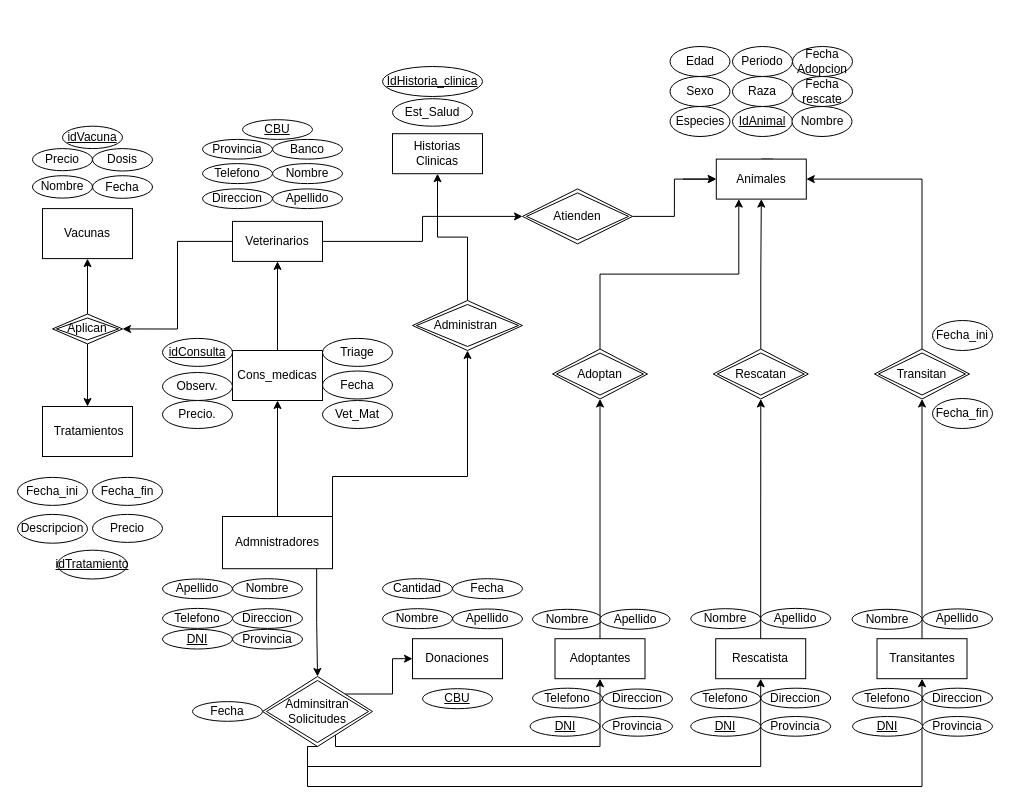
Above: Diagrama sin título.drawio in Dfrugone/ITFS-4 (draw.io), before the change. Source tidied: cells renumbered, new cells numbered last; positions are measured from the earlier drawing's top-left corner, leaving out a move shared by most shapes. Both pictures are drawn from the tidied source at 100%, with x=0, y=0 at pixel (17, 46).
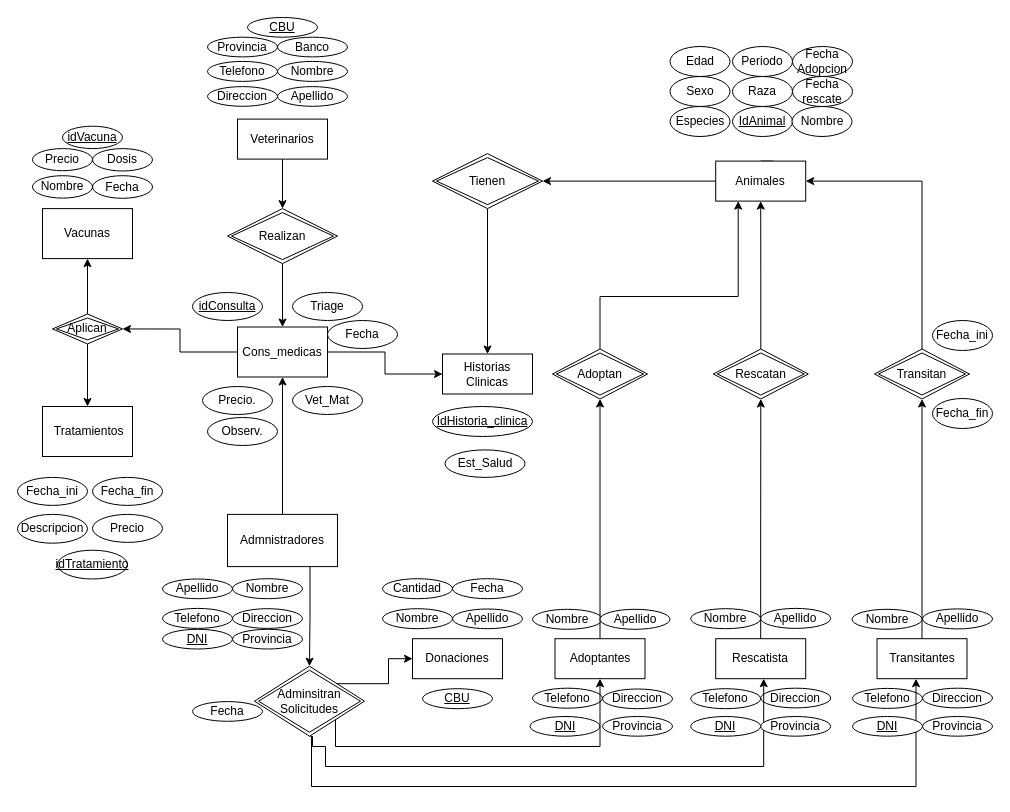
Above is the later version.

Unchanged cells that the change refers to:
```xml
<mxCell id="6" value="Adoptan" style="shape=rhombus;double=1;perimeter=rhombusPerimeter;whiteSpace=wrap;html=1;align=center;" parent="1" vertex="1">
  <mxGeometry x="535" y="302.5" width="95" height="50" as="geometry" />
</mxCell>
<mxCell id="20" value="Aplican" style="shape=rhombus;double=1;perimeter=rhombusPerimeter;whiteSpace=wrap;html=1;align=center;" parent="1" vertex="1">
  <mxGeometry x="35" y="267.5" width="70" height="29.9" as="geometry" />
</mxCell>
<mxCell id="24" value="Rescatista" style="rounded=0;whiteSpace=wrap;html=1;" parent="1" vertex="1">
  <mxGeometry x="698.2" y="592.2" width="90" height="40" as="geometry" />
</mxCell>
<mxCell id="28" value="Transitantes" style="rounded=0;whiteSpace=wrap;html=1;" parent="1" vertex="1">
  <mxGeometry x="859.5" y="592.2" width="90" height="40" as="geometry" />
</mxCell>
```

The edit, as a diff of the source:
```diff
@@
-    <mxCell id="5" style="edgeStyle=orthogonalEdgeStyle;rounded=0;jettySize=auto;html=1;entryX=0;entryY=0.5;entryDx=0;entryDy=0;" parent="1" edge="1" source="58" target="39">
-      <mxGeometry relative="1" as="geometry" />
-    </mxCell>
@@
-    <mxCell id="16" style="edgeStyle=orthogonalEdgeStyle;rounded=0;jettySize=auto;html=1;exitX=1;exitY=0.5;exitDx=0;exitDy=0;entryX=0;entryY=0.5;entryDx=0;entryDy=0;" parent="1" edge="1" source="17" target="58">
-      <mxGeometry relative="1" as="geometry" />
-    </mxCell>
+    <mxCell id="108" style="edgeStyle=orthogonalEdgeStyle;rounded=0;jettySize=auto;html=1;exitX=0.5;exitY=1;exitDx=0;exitDy=0;" parent="1" edge="1" source="17" target="113">
+      <mxGeometry relative="1" as="geometry" />
+    </mxCell>
     <mxCell id="17" value="Veterinarios" style="rounded=0;whiteSpace=wrap;html=1;" parent="1" vertex="1">
-      <mxGeometry x="215" y="174.9" width="90" height="40" as="geometry" />
+      <mxGeometry x="220" y="72.6" width="90" height="40" as="geometry" />
     </mxCell>
@@
-    <mxCell id="21" style="edgeStyle=orthogonalEdgeStyle;rounded=0;jettySize=auto;html=1;exitX=1;exitY=0.5;exitDx=0;exitDy=0;entryX=0;entryY=0.5;entryDx=0;entryDy=0;" parent="1" edge="1" target="39">
-      <mxGeometry relative="1" as="geometry">
-        <mxPoint x="665.5" y="132.6" as="sourcePoint" />
-      </mxGeometry>
-    </mxCell>
@@
+    <mxCell id="36" style="edgeStyle=orthogonalEdgeStyle;rounded=0;jettySize=auto;html=1;exitX=0.5;exitY=0;exitDx=0;exitDy=0;entryX=0.5;entryY=1;entryDx=0;entryDy=0;" parent="1" edge="1" source="37" target="91">
+      <mxGeometry relative="1" as="geometry" />
+    </mxCell>
-    <mxCell id="34" style="edgeStyle=orthogonalEdgeStyle;rounded=0;jettySize=auto;html=1;exitX=0.856;exitY=0.92;exitDx=0;exitDy=0;entryX=0.5;entryY=0;entryDx=0;entryDy=0;exitPerimeter=0;" parent="1" edge="1" source="37" target="47">
+    <mxCell id="34" style="edgeStyle=orthogonalEdgeStyle;rounded=0;jettySize=auto;html=1;exitX=0.75;exitY=1;exitDx=0;exitDy=0;" parent="1" edge="1" source="37" target="47">
       <mxGeometry relative="1" as="geometry" />
     </mxCell>
-    <mxCell id="35" style="edgeStyle=orthogonalEdgeStyle;rounded=0;jettySize=auto;html=1;exitX=1;exitY=0;exitDx=0;exitDy=0;entryX=0.5;entryY=1;entryDx=0;entryDy=0;" parent="1" edge="1" source="37" target="56">
-      <mxGeometry relative="1" as="geometry">
-        <Array as="points">
-          <mxPoint x="315" y="430" />
-          <mxPoint x="450" y="430" />
-        </Array>
-      </mxGeometry>
-    </mxCell>
-    <mxCell id="36" style="edgeStyle=orthogonalEdgeStyle;rounded=0;jettySize=auto;html=1;exitX=0.5;exitY=0;exitDx=0;exitDy=0;entryX=0.5;entryY=1;entryDx=0;entryDy=0;" parent="1" edge="1" source="37" target="91">
-      <mxGeometry relative="1" as="geometry" />
-    </mxCell>
     <mxCell id="37" value="Admnistradores" style="rounded=0;whiteSpace=wrap;html=1;" parent="1" vertex="1">
-      <mxGeometry x="205" y="470" width="110" height="52.2" as="geometry" />
+      <mxGeometry x="210" y="467.9" width="110" height="52.2" as="geometry" />
     </mxCell>
@@
+    <mxCell id="109" style="edgeStyle=orthogonalEdgeStyle;rounded=0;jettySize=auto;html=1;exitX=0;exitY=0.5;exitDx=0;exitDy=0;entryX=1;entryY=0.5;entryDx=0;entryDy=0;" parent="1" edge="1" source="39" target="115">
+      <mxGeometry relative="1" as="geometry" />
+    </mxCell>
     <mxCell id="39" value="Animales" style="rounded=0;whiteSpace=wrap;html=1;" parent="1" vertex="1">
-      <mxGeometry x="698.8" y="112.6" width="90" height="40" as="geometry" />
+      <mxGeometry x="698.2" y="114.6" width="90" height="40" as="geometry" />
     </mxCell>
@@
-    <mxCell id="43" style="edgeStyle=orthogonalEdgeStyle;rounded=0;jettySize=auto;html=1;entryX=0.5;entryY=1;entryDx=0;entryDy=0;exitX=0.5;exitY=1;exitDx=0;exitDy=0;" parent="1" edge="1" source="47" target="24">
+    <mxCell id="43" style="edgeStyle=orthogonalEdgeStyle;rounded=0;orthogonalLoop=1;jettySize=auto;html=1;entryX=0.5;entryY=1;entryDx=0;entryDy=0;exitX=0.5;exitY=1;exitDx=0;exitDy=0;" parent="1" edge="1">
       <mxGeometry relative="1" as="geometry">
+        <mxPoint x="295" y="689.7" as="sourcePoint" />
+        <mxPoint x="746.2" y="632.2" as="targetPoint" />
         <Array as="points">
-          <mxPoint x="290" y="720" />
-          <mxPoint x="743" y="720" />
+          <mxPoint x="308" y="700" />
+          <mxPoint x="308" y="720" />
+          <mxPoint x="746" y="720" />
         </Array>
       </mxGeometry>
     </mxCell>
-    <mxCell id="44" style="edgeStyle=orthogonalEdgeStyle;rounded=0;jettySize=auto;html=1;exitX=0.5;exitY=1;exitDx=0;exitDy=0;entryX=0.5;entryY=1;entryDx=0;entryDy=0;" parent="1" edge="1" source="47" target="28">
+    <mxCell id="44" style="edgeStyle=orthogonalEdgeStyle;rounded=0;jettySize=auto;html=1;exitX=0.5;exitY=1;exitDx=0;exitDy=0;entryX=0.5;entryY=1;entryDx=0;entryDy=0;" parent="1" edge="1" source="47">
       <mxGeometry relative="1" as="geometry">
+        <mxPoint x="898.5" y="632.2" as="targetPoint" />
         <Array as="points">
-          <mxPoint x="290" y="740" />
-          <mxPoint x="904" y="740" />
+          <mxPoint x="294" y="690" />
+          <mxPoint x="294" y="740" />
+          <mxPoint x="899" y="740" />
         </Array>
       </mxGeometry>
     </mxCell>
@@
     <mxCell id="47" value="Adminsitran Solicitudes" style="shape=rhombus;double=1;perimeter=rhombusPerimeter;whiteSpace=wrap;html=1;align=center;" parent="1" vertex="1">
-      <mxGeometry x="245" y="630" width="110" height="70" as="geometry" />
+      <mxGeometry x="237" y="619.7" width="110" height="70" as="geometry" />
     </mxCell>
@@
     <mxCell id="52" value="Historias Clinicas" style="rounded=0;whiteSpace=wrap;html=1;" parent="1" vertex="1">
-      <mxGeometry x="375" y="87.2" width="90" height="40" as="geometry" />
+      <mxGeometry x="425" y="307.5" width="90" height="40" as="geometry" />
     </mxCell>
     <mxCell id="53" value="Est_Salud" style="ellipse;whiteSpace=wrap;html=1;align=center;" parent="1" vertex="1">
-      <mxGeometry x="375" y="52.2" width="80" height="27.5" as="geometry" />
+      <mxGeometry x="427.5" y="403.4" width="80" height="27.5" as="geometry" />
     </mxCell>
     <mxCell id="54" value="IdHistoria_clinica" style="ellipse;whiteSpace=wrap;html=1;align=center;fontStyle=4;" parent="1" vertex="1">
-      <mxGeometry x="365" y="20" width="100" height="30" as="geometry" />
+      <mxGeometry x="415" y="360" width="100" height="30" as="geometry" />
     </mxCell>
-    <mxCell id="55" style="edgeStyle=orthogonalEdgeStyle;rounded=0;jettySize=auto;html=1;exitX=0.5;exitY=0;exitDx=0;exitDy=0;entryX=0.5;entryY=1;entryDx=0;entryDy=0;" parent="1" edge="1" source="56" target="52">
-      <mxGeometry relative="1" as="geometry" />
-    </mxCell>
-    <mxCell id="56" value="Administran " style="shape=rhombus;double=1;perimeter=rhombusPerimeter;whiteSpace=wrap;html=1;align=center;" parent="1" vertex="1">
-      <mxGeometry x="395" y="254" width="110" height="50" as="geometry" />
-    </mxCell>
     <mxCell id="57" style="edgeStyle=orthogonalEdgeStyle;rounded=0;jettySize=auto;html=1;exitX=0.5;exitY=0;exitDx=0;exitDy=0;entryX=0.25;entryY=1;entryDx=0;entryDy=0;" parent="1" edge="1" source="6" target="39">
-      <mxGeometry relative="1" as="geometry" />
+      <mxGeometry relative="1" as="geometry">
+        <Array as="points">
+          <mxPoint x="583" y="250" />
+          <mxPoint x="721" y="250" />
+        </Array>
+      </mxGeometry>
     </mxCell>
-    <mxCell id="58" value="Atienden" style="shape=rhombus;double=1;perimeter=rhombusPerimeter;whiteSpace=wrap;html=1;align=center;" parent="1" vertex="1">
-      <mxGeometry x="505" y="142.4" width="110" height="55" as="geometry" />
-    </mxCell>
@@
     <mxCell id="77" value="Apellido" style="ellipse;whiteSpace=wrap;html=1;align=center;" parent="1" vertex="1">
-      <mxGeometry x="255" y="142.4" width="70" height="19.7" as="geometry" />
+      <mxGeometry x="260" y="40.1" width="70" height="19.7" as="geometry" />
     </mxCell>
     <mxCell id="78" value="Nombre" style="ellipse;whiteSpace=wrap;html=1;align=center;" parent="1" vertex="1">
-      <mxGeometry x="255" y="117.1" width="70" height="20" as="geometry" />
+      <mxGeometry x="260" y="14.9" width="70" height="20" as="geometry" />
     </mxCell>
     <mxCell id="79" value="Telefono" style="ellipse;whiteSpace=wrap;html=1;align=center;" parent="1" vertex="1">
-      <mxGeometry x="185" y="117.1" width="70" height="20" as="geometry" />
+      <mxGeometry x="190" y="14.9" width="70" height="20" as="geometry" />
     </mxCell>
     <mxCell id="80" value="Direccion" style="ellipse;whiteSpace=wrap;html=1;align=center;" parent="1" vertex="1">
-      <mxGeometry x="185" y="142.4" width="70" height="19.7" as="geometry" />
+      <mxGeometry x="190" y="40.1" width="70" height="19.7" as="geometry" />
     </mxCell>
     <mxCell id="81" value="Banco" style="ellipse;whiteSpace=wrap;html=1;align=center;" parent="1" vertex="1">
-      <mxGeometry x="255" y="92.9" width="70" height="19.7" as="geometry" />
+      <mxGeometry x="260" y="-9.3" width="70" height="19.7" as="geometry" />
     </mxCell>
     <mxCell id="82" value="CBU" style="ellipse;whiteSpace=wrap;html=1;align=center;fontStyle=4;" parent="1" vertex="1">
-      <mxGeometry x="225" y="73.2" width="70" height="19.7" as="geometry" />
+      <mxGeometry x="230" y="-29" width="70" height="19.7" as="geometry" />
     </mxCell>
@@
-    <mxCell id="85" style="edgeStyle=orthogonalEdgeStyle;rounded=0;jettySize=auto;html=1;exitX=0;exitY=0.5;exitDx=0;exitDy=0;entryX=1;entryY=0.5;entryDx=0;entryDy=0;" parent="1" edge="1" source="17" target="20">
-      <mxGeometry relative="1" as="geometry" />
-    </mxCell>
@@
-    <mxCell id="90" style="edgeStyle=orthogonalEdgeStyle;rounded=0;jettySize=auto;html=1;exitX=0.5;exitY=0;exitDx=0;exitDy=0;entryX=0.5;entryY=1;entryDx=0;entryDy=0;" parent="1" edge="1" source="91" target="17">
-      <mxGeometry relative="1" as="geometry" />
-    </mxCell>
+    <mxCell id="110" style="edgeStyle=orthogonalEdgeStyle;rounded=0;jettySize=auto;html=1;exitX=1;exitY=0.5;exitDx=0;exitDy=0;entryX=0;entryY=0.5;entryDx=0;entryDy=0;" parent="1" edge="1" source="91" target="52">
+      <mxGeometry relative="1" as="geometry" />
+    </mxCell>
+    <mxCell id="111" style="edgeStyle=orthogonalEdgeStyle;rounded=0;jettySize=auto;html=1;exitX=0;exitY=0.5;exitDx=0;exitDy=0;entryX=1;entryY=0.5;entryDx=0;entryDy=0;" parent="1" edge="1" source="91" target="20">
+      <mxGeometry relative="1" as="geometry" />
+    </mxCell>
     <mxCell id="91" value="Cons_medicas" style="rounded=0;whiteSpace=wrap;html=1;" parent="1" vertex="1">
-      <mxGeometry x="215" y="304" width="90" height="50" as="geometry" />
+      <mxGeometry x="220" y="280.5" width="90" height="50" as="geometry" />
     </mxCell>
     <mxCell id="92" value="idConsulta" style="ellipse;whiteSpace=wrap;html=1;align=center;fontStyle=4;" parent="1" vertex="1">
-      <mxGeometry x="145" y="291.9" width="70" height="28" as="geometry" />
+      <mxGeometry x="175" y="246" width="70" height="28" as="geometry" />
     </mxCell>
     <mxCell id="93" value="Triage" style="ellipse;whiteSpace=wrap;html=1;align=center;" parent="1" vertex="1">
-      <mxGeometry x="305" y="291.9" width="70" height="28" as="geometry" />
+      <mxGeometry x="275" y="246" width="70" height="28" as="geometry" />
     </mxCell>
     <mxCell id="94" value="Observ." style="ellipse;whiteSpace=wrap;html=1;align=center;" parent="1" vertex="1">
-      <mxGeometry x="145" y="326" width="70" height="28" as="geometry" />
+      <mxGeometry x="190" y="371" width="70" height="28" as="geometry" />
     </mxCell>
@@
     <mxCell id="96" value="Fecha" style="ellipse;whiteSpace=wrap;html=1;align=center;" parent="1" vertex="1">
-      <mxGeometry x="305" y="324.5" width="70" height="28" as="geometry" />
+      <mxGeometry x="310" y="274" width="70" height="28" as="geometry" />
     </mxCell>
     <mxCell id="97" value="Precio." style="ellipse;whiteSpace=wrap;html=1;align=center;" parent="1" vertex="1">
-      <mxGeometry x="145" y="354" width="70" height="28" as="geometry" />
+      <mxGeometry x="185" y="340" width="70" height="28" as="geometry" />
     </mxCell>
     <mxCell id="98" value="Vet_Mat" style="ellipse;whiteSpace=wrap;html=1;align=center;" parent="1" vertex="1">
-      <mxGeometry x="305" y="354" width="70" height="28" as="geometry" />
+      <mxGeometry x="275" y="340" width="70" height="28" as="geometry" />
     </mxCell>
@@
     <mxCell id="103" value="Provincia" style="ellipse;whiteSpace=wrap;html=1;align=center;" parent="1" vertex="1">
-      <mxGeometry x="185" y="92.9" width="70" height="19.7" as="geometry" />
+      <mxGeometry x="190" y="-9.3" width="70" height="19.7" as="geometry" />
     </mxCell>
@@
+    <mxCell id="112" style="edgeStyle=orthogonalEdgeStyle;rounded=0;jettySize=auto;html=1;exitX=0.5;exitY=1;exitDx=0;exitDy=0;entryX=0.5;entryY=0;entryDx=0;entryDy=0;" parent="1" edge="1" source="113" target="91">
+      <mxGeometry relative="1" as="geometry" />
+    </mxCell>
+    <mxCell id="113" value="Realizan" style="shape=rhombus;double=1;perimeter=rhombusPerimeter;whiteSpace=wrap;html=1;align=center;" parent="1" vertex="1">
+      <mxGeometry x="210" y="162.1" width="110" height="55" as="geometry" />
+    </mxCell>
+    <mxCell id="114" style="edgeStyle=orthogonalEdgeStyle;rounded=0;jettySize=auto;html=1;exitX=0.5;exitY=1;exitDx=0;exitDy=0;entryX=0.5;entryY=0;entryDx=0;entryDy=0;" parent="1" edge="1" source="115" target="52">
+      <mxGeometry relative="1" as="geometry" />
+    </mxCell>
+    <mxCell id="115" value="Tienen" style="shape=rhombus;double=1;perimeter=rhombusPerimeter;whiteSpace=wrap;html=1;align=center;" parent="1" vertex="1">
+      <mxGeometry x="415" y="107.1" width="110" height="55" as="geometry" />
+    </mxCell>
```
